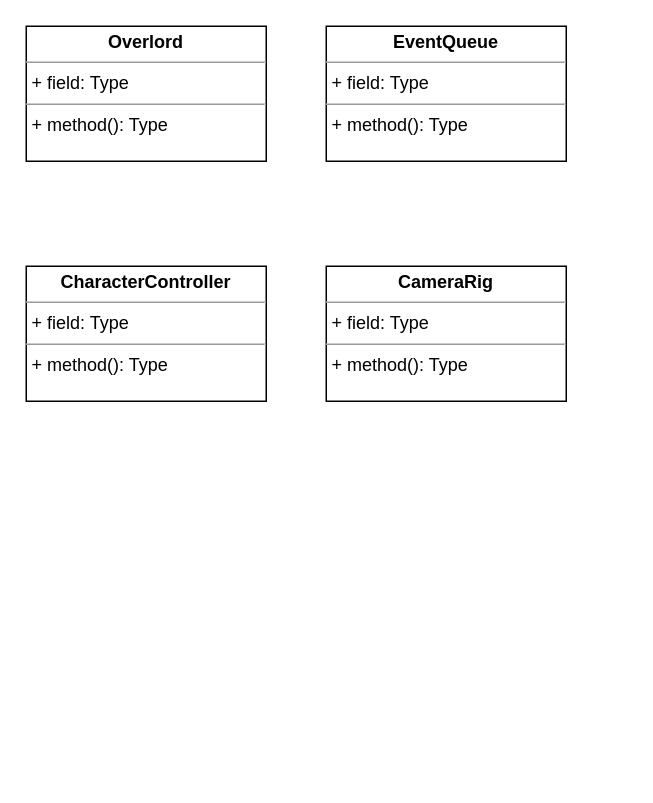
The draw.io diagram Documents/CodeStructure.drawio in Bram-Reuling/InternetAdventures, before the edit. Source tidied: cells renumbered, new cells numbered last; positions are measured from the earlier drawing's top-left corner, leaving out a move shared by most shapes. Both pictures are drawn from the tidied source at 150%, with x=0, y=0 at pixel (26, 26).
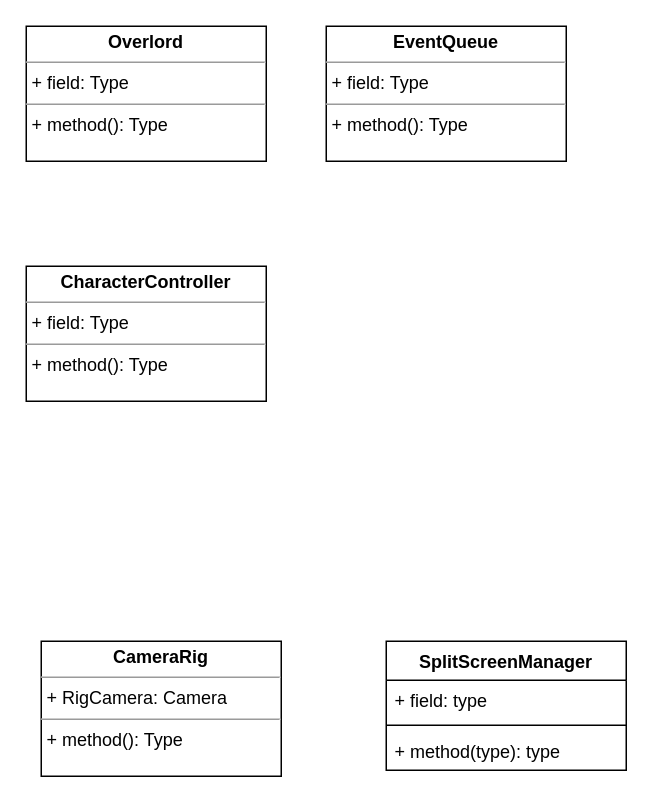
The same page after the edit.

Diff of the diagram source:
```diff
@@
 <mxGraphModel>
   <root>
     <mxCell id="0" />
     <mxCell id="1" parent="0" />
     <mxCell id="2" value="&lt;p style=&quot;margin: 0px ; margin-top: 4px ; text-align: center&quot;&gt;&lt;b&gt;Overlord&lt;/b&gt;&lt;/p&gt;&lt;hr size=&quot;1&quot;&gt;&lt;p style=&quot;margin: 0px ; margin-left: 4px&quot;&gt;+ field: Type&lt;/p&gt;&lt;hr size=&quot;1&quot;&gt;&lt;p style=&quot;margin: 0px ; margin-left: 4px&quot;&gt;+ method(): Type&lt;/p&gt;" style="verticalAlign=top;align=left;overflow=fill;fontSize=12;fontFamily=Helvetica;html=1;" parent="1" vertex="1">
       <mxGeometry width="160" height="90" as="geometry" />
     </mxCell>
     <mxCell id="3" value="&lt;p style=&quot;margin: 0px ; margin-top: 4px ; text-align: center&quot;&gt;&lt;b&gt;EventQueue&lt;/b&gt;&lt;/p&gt;&lt;hr size=&quot;1&quot;&gt;&lt;p style=&quot;margin: 0px ; margin-left: 4px&quot;&gt;+ field: Type&lt;/p&gt;&lt;hr size=&quot;1&quot;&gt;&lt;p style=&quot;margin: 0px ; margin-left: 4px&quot;&gt;+ method(): Type&lt;/p&gt;" style="verticalAlign=top;align=left;overflow=fill;fontSize=12;fontFamily=Helvetica;html=1;" parent="1" vertex="1">
       <mxGeometry x="200" width="160" height="90" as="geometry" />
     </mxCell>
     <mxCell id="4" value="&lt;p style=&quot;margin: 0px ; margin-top: 4px ; text-align: center&quot;&gt;&lt;b&gt;CharacterController&lt;/b&gt;&lt;/p&gt;&lt;hr size=&quot;1&quot;&gt;&lt;p style=&quot;margin: 0px ; margin-left: 4px&quot;&gt;+ field: Type&lt;/p&gt;&lt;hr size=&quot;1&quot;&gt;&lt;p style=&quot;margin: 0px ; margin-left: 4px&quot;&gt;+ method(): Type&lt;/p&gt;" style="verticalAlign=top;align=left;overflow=fill;fontSize=12;fontFamily=Helvetica;html=1;" parent="1" vertex="1">
       <mxGeometry y="160" width="160" height="90" as="geometry" />
     </mxCell>
-    <mxCell id="5" value="&lt;p style=&quot;margin: 0px ; margin-top: 4px ; text-align: center&quot;&gt;&lt;b&gt;CameraRig&lt;/b&gt;&lt;/p&gt;&lt;hr size=&quot;1&quot;&gt;&lt;p style=&quot;margin: 0px ; margin-left: 4px&quot;&gt;+ field: Type&lt;/p&gt;&lt;hr size=&quot;1&quot;&gt;&lt;p style=&quot;margin: 0px ; margin-left: 4px&quot;&gt;+ method(): Type&lt;/p&gt;" style="verticalAlign=top;align=left;overflow=fill;fontSize=12;fontFamily=Helvetica;html=1;" parent="1" vertex="1">
-      <mxGeometry x="200" y="160" width="160" height="90" as="geometry" />
+    <mxCell id="5" value="&lt;p style=&quot;margin: 0px ; margin-top: 4px ; text-align: center&quot;&gt;&lt;b&gt;CameraRig&lt;/b&gt;&lt;/p&gt;&lt;hr size=&quot;1&quot;&gt;&lt;p style=&quot;margin: 0px ; margin-left: 4px&quot;&gt;+ RigCamera: Camera&lt;/p&gt;&lt;hr size=&quot;1&quot;&gt;&lt;p style=&quot;margin: 0px ; margin-left: 4px&quot;&gt;+ method(): Type&lt;/p&gt;" style="verticalAlign=top;align=left;overflow=fill;fontSize=12;fontFamily=Helvetica;html=1;" parent="1" vertex="1">
+      <mxGeometry x="10" y="410" width="160" height="90" as="geometry" />
     </mxCell>
+    <mxCell id="6" value="SplitScreenManager" style="swimlane;fontStyle=1;align=center;verticalAlign=top;horizontal=1;startSize=26;" parent="1" vertex="1">
+      <mxGeometry x="240" y="410" width="160" height="86" as="geometry" />
+    </mxCell>
+    <mxCell id="7" value="+ field: type" style="text;strokeColor=none;fillColor=none;align=left;verticalAlign=top;spacingLeft=4;spacingRight=4;overflow=hidden;" parent="6" vertex="1">
+      <mxGeometry y="26" width="160" height="26" as="geometry" />
+    </mxCell>
+    <mxCell id="8" style="line;strokeWidth=1;fillColor=none;align=left;verticalAlign=middle;spacingTop=-1;spacingLeft=3;spacingRight=3;labelPosition=right;" parent="6" vertex="1">
+      <mxGeometry y="52" width="160" height="8" as="geometry" />
+    </mxCell>
+    <mxCell id="9" value="+ method(type): type" style="text;strokeColor=none;fillColor=none;align=left;verticalAlign=top;spacingLeft=4;spacingRight=4;overflow=hidden;" parent="6" vertex="1">
+      <mxGeometry y="60" width="160" height="26" as="geometry" />
+    </mxCell>
   </root>
 </mxGraphModel>
```
